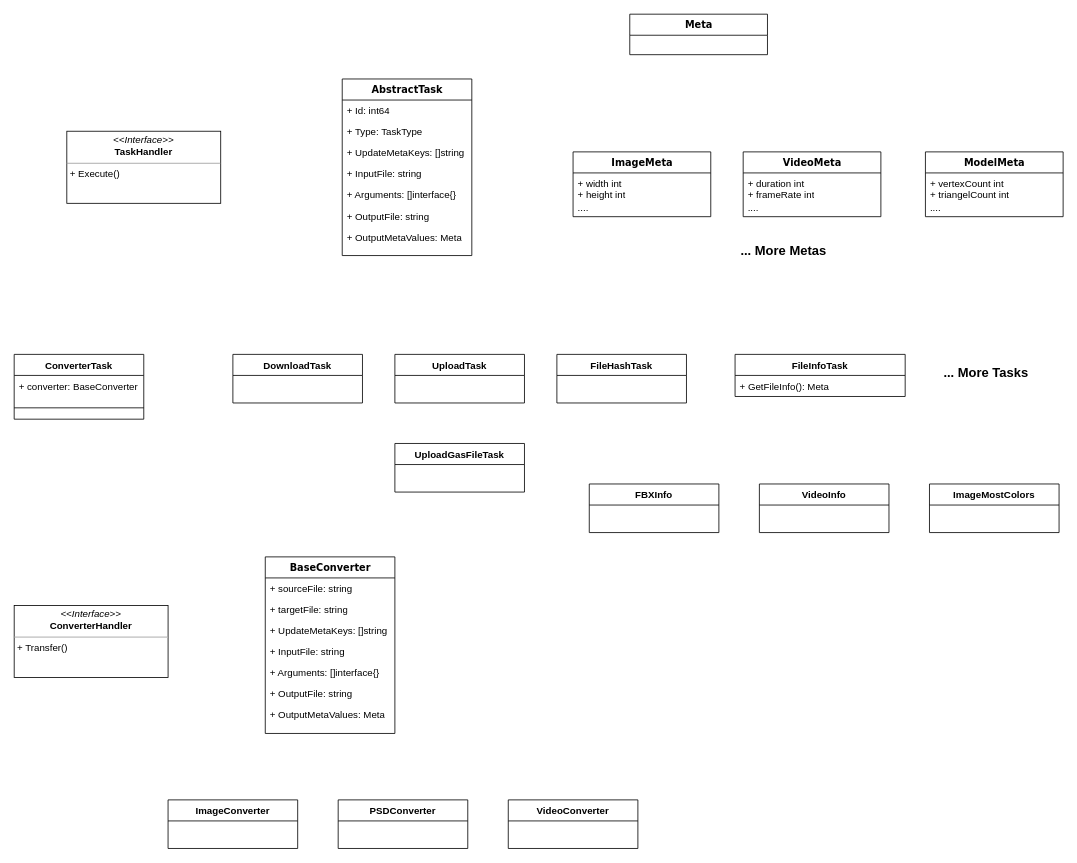
Above: Untitled Diagram.drawio in furick/design (draw.io), before the change. Source tidied: cells renumbered, new cells numbered last; positions are measured from the earlier drawing's top-left corner, leaving out a move shared by most shapes. Both pictures are drawn from the tidied source at 81%, with x=0, y=0 at pixel (14, 14).
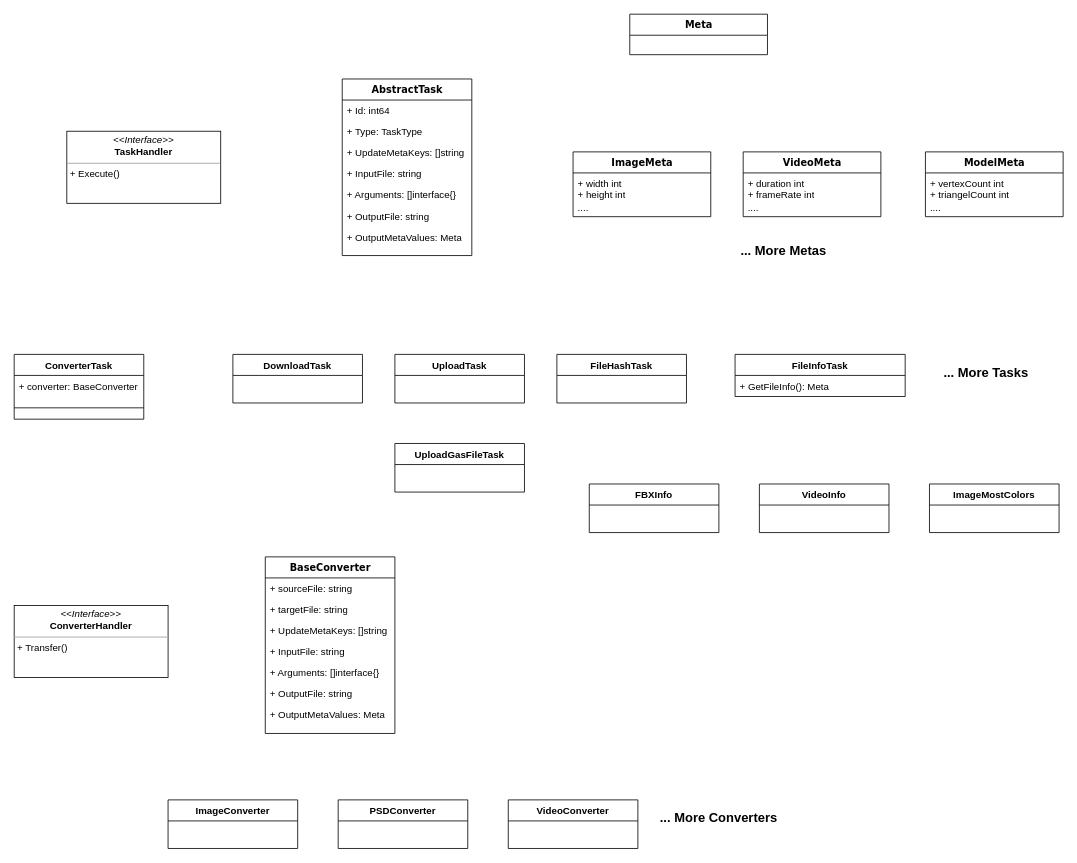
The same diagram, later.

What changed in the source:
```diff
@@
+    <mxCell id="44" value="&lt;font style=&quot;font-size: 16px&quot;&gt;&lt;b&gt;... More Converters&lt;/b&gt;&lt;/font&gt;" style="text;html=1;strokeColor=none;fillColor=none;align=center;verticalAlign=middle;whiteSpace=wrap;rounded=0;" parent="1" vertex="1">
+      <mxGeometry x="780" y="980" width="180" height="24" as="geometry" />
+    </mxCell>
```
